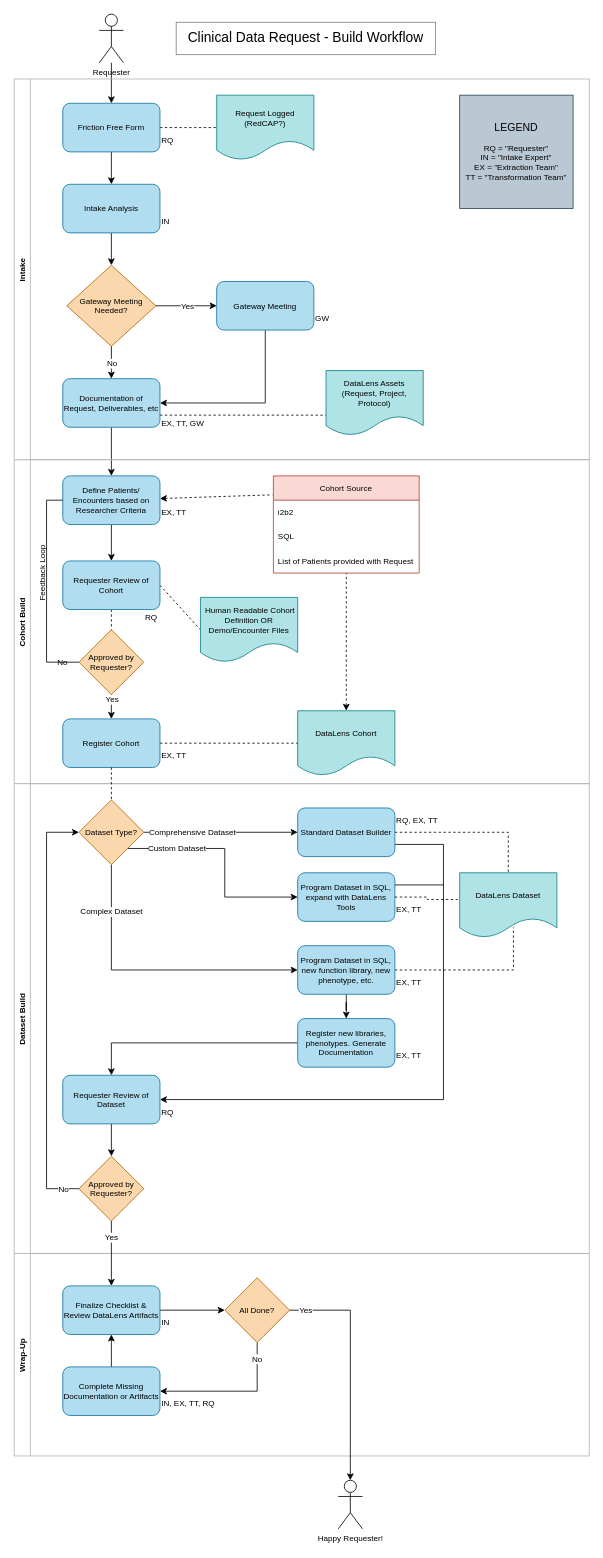
The draw.io diagram page "Build Workflow" (2 of 2) of Clinical Data Request.drawio in ntimkovich/UAB-II-Diagrams, before the edit. Source tidied: cells renumbered, new cells numbered last; positions are measured from the earlier drawing's top-left corner, leaving out a move shared by most shapes. Both pictures are drawn from the tidied source at 81%, with x=0, y=0 at pixel (10, 14).
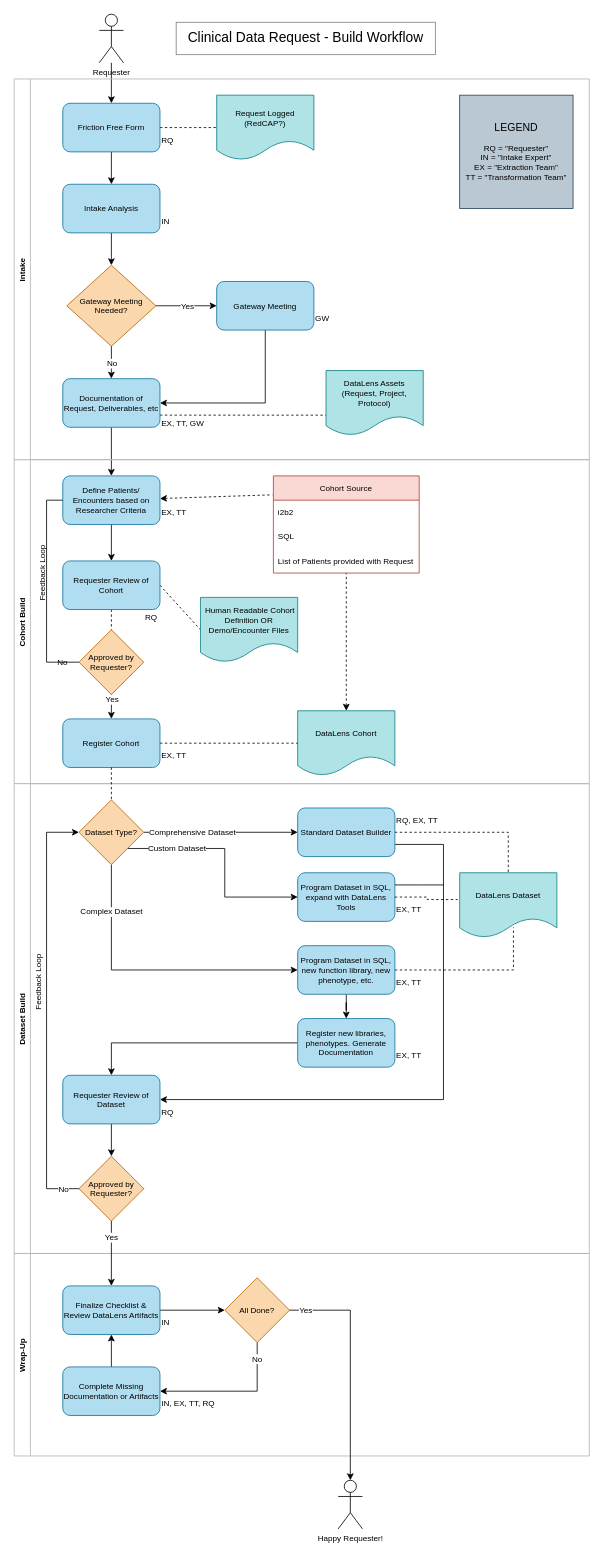
Above is the later version.

The change refers to these unchanged cells:
```xml
<mxCell id="52" value="Dataset Build" style="swimlane;horizontal=0;fontSize=10;fontColor=#000000;startSize=20;strokeColor=#B3B3B3;" parent="1" vertex="1">
  <mxGeometry x="5" y="950" width="710" height="580" as="geometry" />
</mxCell>
```

What changed in the source:
```diff
@@
+    <mxCell id="92" value="Feedback Loop" style="text;html=1;strokeColor=none;fillColor=none;align=center;verticalAlign=middle;whiteSpace=wrap;rounded=0;fontSize=10;fontColor=#000000;rotation=-90;" parent="52" vertex="1">
+      <mxGeometry x="-10" y="230" width="80" height="30" as="geometry" />
+    </mxCell>
```
